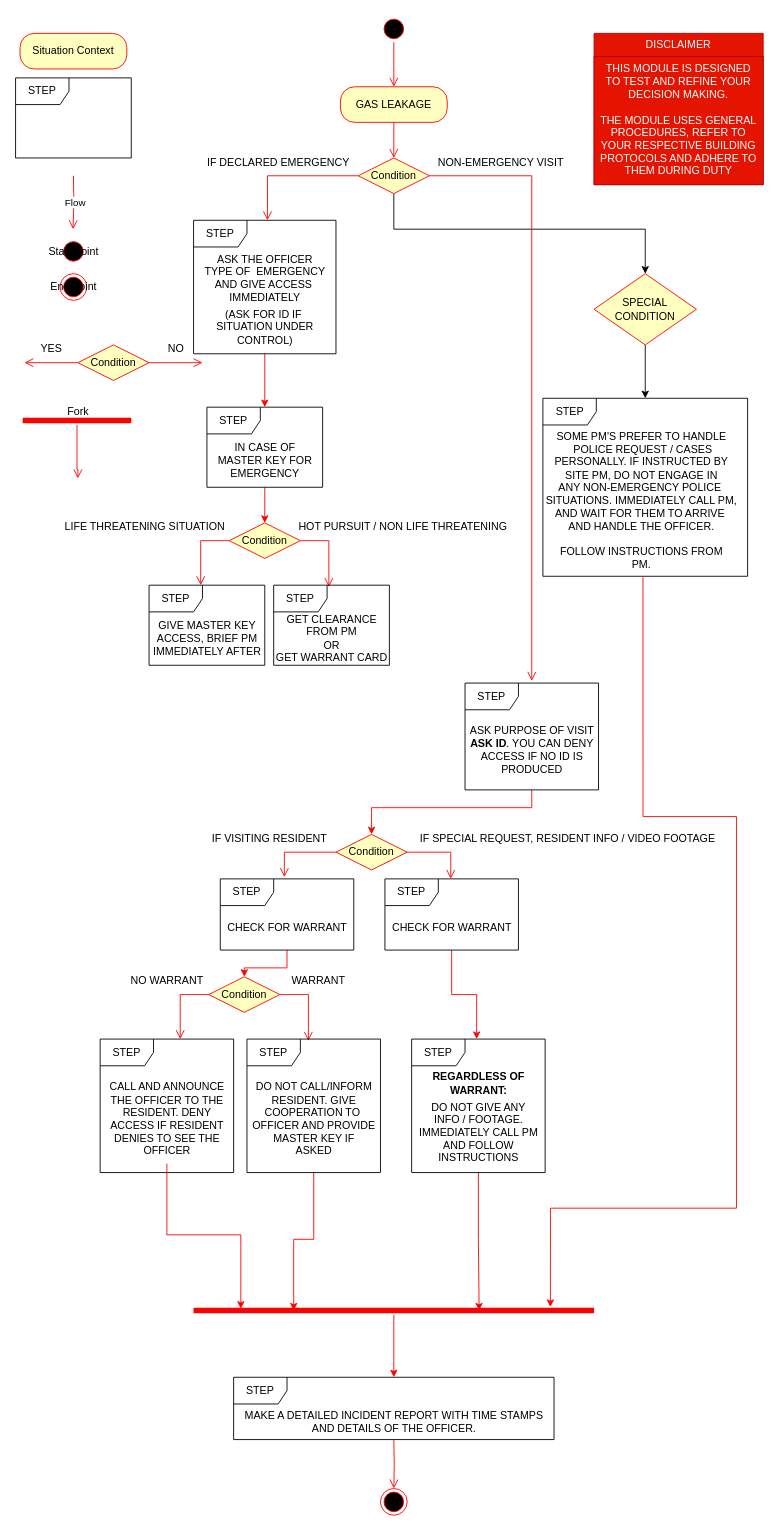
s-nasir/ModTrain keeps this draw.io diagram as MODULES/Mod 6 Procedure OFFICERS/Mod 6-1 Procedure POLICE.drawio. Above is the earlier version. Source tidied: cells renumbered, new cells numbered last; positions are measured from the earlier drawing's top-left corner, leaving out a move shared by most shapes. Both pictures are drawn from the tidied source at 89%, with x=0, y=0 at pixel (15, 15).
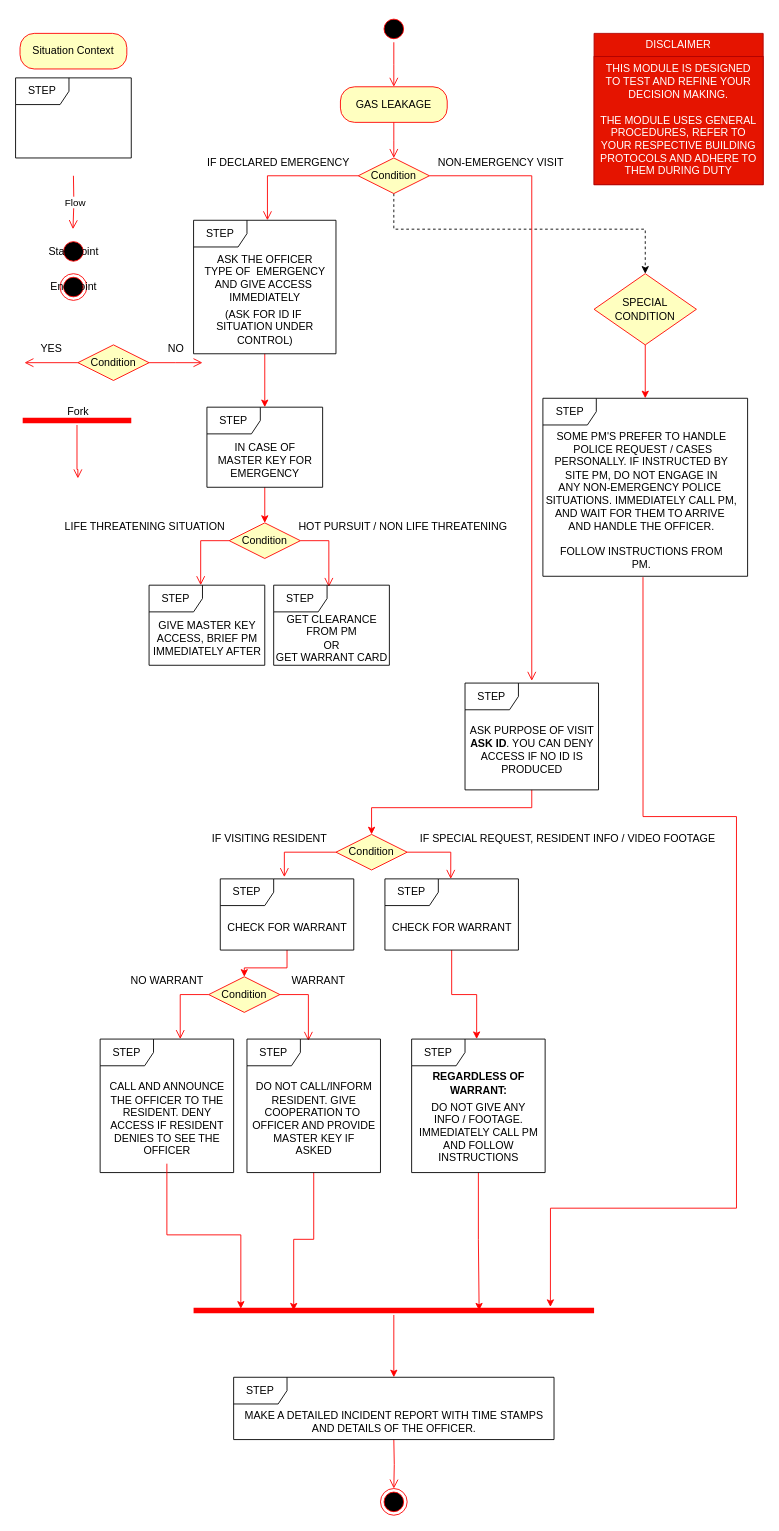
Above is the later version.

Unchanged cells that the change refers to:
```xml
<mxCell id="25" value="Condition" style="rhombus;whiteSpace=wrap;html=1;fontColor=#000000;fillColor=#ffffc0;strokeColor=#ff0000;" parent="1" vertex="1">
  <mxGeometry x="385" y="160" width="80" height="40" as="geometry" />
</mxCell>
<mxCell id="74" value="SPECIAL CONDITION" style="rhombus;whiteSpace=wrap;html=1;fontColor=#000000;fillColor=#ffffc0;strokeColor=#ff0000;" parent="1" vertex="1">
  <mxGeometry x="650" y="290" width="115" height="80" as="geometry" />
</mxCell>
<mxCell id="76" value="STEP" style="shape=umlFrame;whiteSpace=wrap;html=1;" parent="1" vertex="1">
  <mxGeometry x="592.5" y="430" width="230" height="200" as="geometry" />
</mxCell>
```

Diff of the diagram source:
```diff
@@
-    <mxCell id="24" style="edgeStyle=orthogonalEdgeStyle;rounded=0;jettySize=auto;html=1;entryX=0.5;entryY=0;entryDx=0;entryDy=0;" parent="1" edge="1" source="25" target="74">
+    <mxCell id="24" style="edgeStyle=orthogonalEdgeStyle;rounded=0;jettySize=auto;html=1;entryX=0.5;entryY=0;entryDx=0;entryDy=0;dashed=1;" parent="1" edge="1" source="25" target="74">
       <mxGeometry relative="1" as="geometry">
         <Array as="points">
           <mxPoint x="425" y="240" />
           <mxPoint x="708" y="240" />
         </Array>
       </mxGeometry>
     </mxCell>
@@
-    <mxCell id="73" style="edgeStyle=orthogonalEdgeStyle;rounded=0;jettySize=auto;html=1;" parent="1" edge="1" source="74" target="76">
+    <mxCell id="73" style="edgeStyle=orthogonalEdgeStyle;rounded=0;jettySize=auto;html=1;strokeColor=#FF0000;" parent="1" edge="1" source="74" target="76">
       <mxGeometry relative="1" as="geometry" />
     </mxCell>
```
